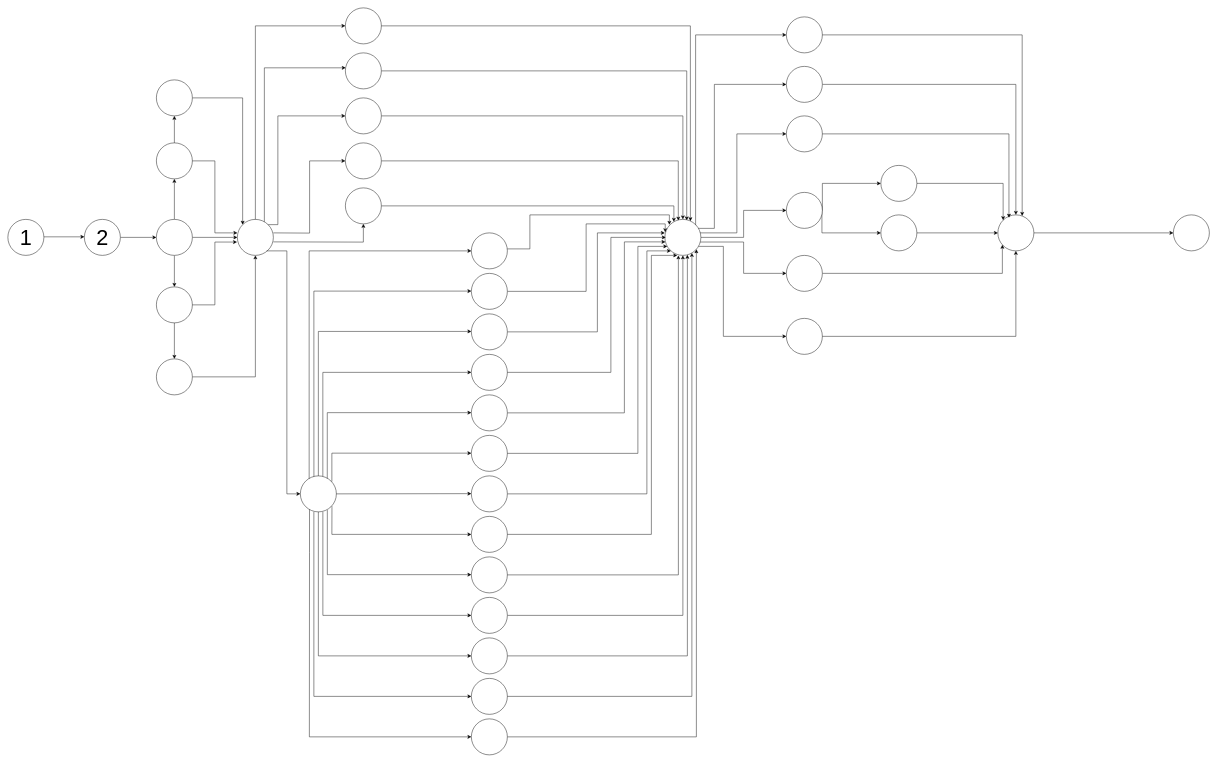
Above: Untitled Diagram.drawio in alinaeezz/alinaeezz-project-backend-g3 (draw.io), before the change. Source tidied: cells renumbered, new cells numbered last; positions are measured from the earlier drawing's top-left corner, leaving out a move shared by most shapes. Both pictures are drawn from the tidied source at 45%, with x=0, y=0 at pixel (8, 8).
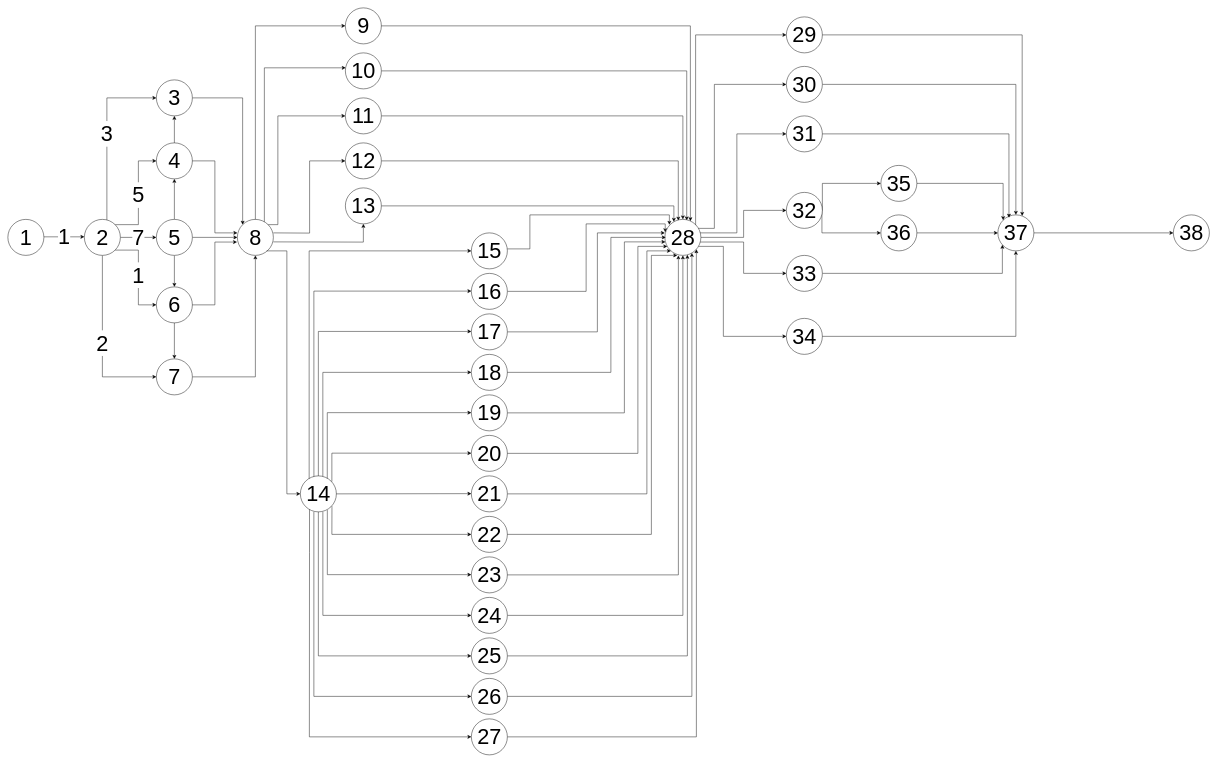
The same page after the edit.

The change refers to these unchanged cells:
```xml
<mxCell id="5" value="&lt;font style=&quot;font-size: 48px;&quot;&gt;2&lt;/font&gt;" style="ellipse;whiteSpace=wrap;html=1;" parent="1" vertex="1">
  <mxGeometry x="170" y="470" width="80" height="80" as="geometry" />
</mxCell>
```

The edit, as a diff of the source:
```diff
@@
-    <mxCell id="2" style="endArrow=classic;html=1;rounded=0;" parent="1" edge="1">
+    <mxCell id="2" value="&lt;font style=&quot;font-size: 48px;&quot;&gt;1&lt;/font&gt;" style="endArrow=classic;html=1;rounded=0;" parent="1" edge="1">
       <mxGeometry relative="1" as="geometry">
         <mxPoint x="80" y="508.8" as="sourcePoint" />
         <mxPoint x="170" y="508.8" as="targetPoint" />
       </mxGeometry>
     </mxCell>
@@
-    <mxCell id="4" style="edgeStyle=orthogonalEdgeStyle;rounded=0;jettySize=auto;html=1;" parent="1" edge="1" source="5" target="66">
+    <mxCell id="4" value="&lt;font style=&quot;font-size: 48px;&quot;&gt;7&lt;/font&gt;" style="edgeStyle=orthogonalEdgeStyle;rounded=0;jettySize=auto;html=1;" parent="1" edge="1" source="5" target="66">
       <mxGeometry relative="1" as="geometry" />
     </mxCell>
+    <mxCell id="104" value="&lt;font style=&quot;font-size: 48px;&quot;&gt;3&lt;/font&gt;" style="edgeStyle=orthogonalEdgeStyle;rounded=0;jettySize=auto;html=1;entryX=0;entryY=0.5;entryDx=0;entryDy=0;" parent="1" edge="1" source="5" target="70">
+      <mxGeometry relative="1" as="geometry">
+        <Array as="points">
+          <mxPoint x="220" y="200" />
+        </Array>
+      </mxGeometry>
+    </mxCell>
+    <mxCell id="105" value="&lt;font style=&quot;font-size: 48px;&quot;&gt;5&lt;/font&gt;" style="edgeStyle=orthogonalEdgeStyle;rounded=0;jettySize=auto;html=1;exitX=1;exitY=0;exitDx=0;exitDy=0;entryX=0;entryY=0.5;entryDx=0;entryDy=0;" parent="1" edge="1" source="5" target="68">
+      <mxGeometry relative="1" as="geometry" />
+    </mxCell>
+    <mxCell id="106" value="&lt;font style=&quot;font-size: 48px;&quot;&gt;1&lt;/font&gt;" style="edgeStyle=orthogonalEdgeStyle;rounded=0;jettySize=auto;html=1;exitX=1;exitY=1;exitDx=0;exitDy=0;entryX=0;entryY=0.5;entryDx=0;entryDy=0;" parent="1" edge="1" source="5" target="62">
+      <mxGeometry relative="1" as="geometry" />
+    </mxCell>
+    <mxCell id="107" value="&lt;font style=&quot;font-size: 48px;&quot;&gt;2&lt;/font&gt;" style="edgeStyle=orthogonalEdgeStyle;rounded=0;jettySize=auto;html=1;exitX=0.5;exitY=1;exitDx=0;exitDy=0;entryX=0;entryY=0.5;entryDx=0;entryDy=0;" parent="1" edge="1" source="5" target="60">
+      <mxGeometry relative="1" as="geometry" />
+    </mxCell>
@@
-    <mxCell id="6" style="ellipse;whiteSpace=wrap;html=1;" parent="1" vertex="1">
+    <mxCell id="6" value="&lt;font style=&quot;font-size: 48px;&quot;&gt;38&lt;/font&gt;" style="ellipse;whiteSpace=wrap;html=1;" parent="1" vertex="1">
       <mxGeometry x="2590" y="460" width="80" height="80" as="geometry" />
     </mxCell>
-    <mxCell id="7" style="ellipse;whiteSpace=wrap;html=1;" parent="1" vertex="1">
+    <mxCell id="7" value="&lt;font style=&quot;font-size: 48px;&quot;&gt;29&lt;/font&gt;" style="ellipse;whiteSpace=wrap;html=1;" parent="1" vertex="1">
       <mxGeometry x="1730" y="20" width="80" height="80" as="geometry" />
     </mxCell>
@@
-    <mxCell id="9" style="ellipse;whiteSpace=wrap;html=1;" parent="1" vertex="1">
+    <mxCell id="9" value="&lt;font style=&quot;font-size: 48px;&quot;&gt;37&lt;/font&gt;" style="ellipse;whiteSpace=wrap;html=1;" parent="1" vertex="1">
       <mxGeometry x="2200" y="460" width="80" height="80" as="geometry" />
     </mxCell>
@@
-    <mxCell id="11" style="ellipse;whiteSpace=wrap;html=1;" parent="1" vertex="1">
+    <mxCell id="11" value="&lt;font style=&quot;font-size: 48px;&quot;&gt;36&lt;/font&gt;" style="ellipse;whiteSpace=wrap;html=1;" parent="1" vertex="1">
       <mxGeometry x="1940" y="460" width="80" height="80" as="geometry" />
     </mxCell>
@@
-    <mxCell id="13" style="ellipse;whiteSpace=wrap;html=1;" parent="1" vertex="1">
+    <mxCell id="13" value="&lt;font style=&quot;font-size: 48px;&quot;&gt;35&lt;/font&gt;" style="ellipse;whiteSpace=wrap;html=1;" parent="1" vertex="1">
       <mxGeometry x="1940" y="350" width="80" height="80" as="geometry" />
     </mxCell>
-    <mxCell id="14" style="ellipse;whiteSpace=wrap;html=1;" parent="1" vertex="1">
+    <mxCell id="14" value="&lt;font style=&quot;font-size: 48px;&quot;&gt;34&lt;/font&gt;" style="ellipse;whiteSpace=wrap;html=1;" parent="1" vertex="1">
       <mxGeometry x="1730" y="690" width="80" height="80" as="geometry" />
     </mxCell>
@@
-    <mxCell id="16" style="ellipse;whiteSpace=wrap;html=1;" parent="1" vertex="1">
+    <mxCell id="16" value="&lt;font style=&quot;font-size: 48px;&quot;&gt;33&lt;/font&gt;" style="ellipse;whiteSpace=wrap;html=1;" parent="1" vertex="1">
       <mxGeometry x="1730" y="550" width="80" height="80" as="geometry" />
     </mxCell>
@@
-    <mxCell id="19" style="ellipse;whiteSpace=wrap;html=1;" parent="1" vertex="1">
+    <mxCell id="19" value="&lt;font style=&quot;font-size: 48px;&quot;&gt;32&lt;/font&gt;" style="ellipse;whiteSpace=wrap;html=1;" parent="1" vertex="1">
       <mxGeometry x="1730" y="410" width="80" height="80" as="geometry" />
     </mxCell>
-    <mxCell id="20" style="ellipse;whiteSpace=wrap;html=1;" parent="1" vertex="1">
+    <mxCell id="20" value="&lt;font style=&quot;font-size: 48px;&quot;&gt;31&lt;/font&gt;" style="ellipse;whiteSpace=wrap;html=1;" parent="1" vertex="1">
       <mxGeometry x="1730" y="240" width="80" height="80" as="geometry" />
     </mxCell>
@@
-    <mxCell id="22" style="ellipse;whiteSpace=wrap;html=1;" parent="1" vertex="1">
+    <mxCell id="22" value="&lt;font style=&quot;font-size: 48px;&quot;&gt;30&lt;/font&gt;" style="ellipse;whiteSpace=wrap;html=1;" parent="1" vertex="1">
       <mxGeometry x="1730" y="130" width="80" height="80" as="geometry" />
     </mxCell>
@@
-    <mxCell id="24" style="ellipse;whiteSpace=wrap;html=1;" parent="1" vertex="1">
+    <mxCell id="24" value="&lt;font style=&quot;font-size: 48px;&quot;&gt;25&lt;/font&gt;" style="ellipse;whiteSpace=wrap;html=1;" parent="1" vertex="1">
       <mxGeometry x="1030" y="1400" width="80" height="80" as="geometry" />
     </mxCell>
@@
-    <mxCell id="26" style="ellipse;whiteSpace=wrap;html=1;" parent="1" vertex="1">
+    <mxCell id="26" value="&lt;font style=&quot;font-size: 48px;&quot;&gt;27&lt;/font&gt;" style="ellipse;whiteSpace=wrap;html=1;" parent="1" vertex="1">
       <mxGeometry x="1030" y="1580" width="80" height="80" as="geometry" />
     </mxCell>
-    <mxCell id="27" style="ellipse;whiteSpace=wrap;html=1;" parent="1" vertex="1">
+    <mxCell id="27" value="&lt;font style=&quot;font-size: 48px;&quot;&gt;26&lt;/font&gt;" style="ellipse;whiteSpace=wrap;html=1;" parent="1" vertex="1">
       <mxGeometry x="1030" y="1490" width="80" height="80" as="geometry" />
     </mxCell>
@@
-    <mxCell id="29" style="ellipse;whiteSpace=wrap;html=1;" parent="1" vertex="1">
+    <mxCell id="29" value="&lt;font style=&quot;font-size: 48px;&quot;&gt;24&lt;/font&gt;" style="ellipse;whiteSpace=wrap;html=1;" parent="1" vertex="1">
       <mxGeometry x="1030" y="1310" width="80" height="80" as="geometry" />
     </mxCell>
-    <mxCell id="30" style="ellipse;whiteSpace=wrap;html=1;" parent="1" vertex="1">
+    <mxCell id="30" value="&lt;font style=&quot;font-size: 48px;&quot;&gt;23&lt;/font&gt;" style="ellipse;whiteSpace=wrap;html=1;" parent="1" vertex="1">
       <mxGeometry x="1030" y="1220" width="80" height="80" as="geometry" />
     </mxCell>
-    <mxCell id="31" style="ellipse;whiteSpace=wrap;html=1;" parent="1" vertex="1">
+    <mxCell id="31" value="&lt;font style=&quot;font-size: 48px;&quot;&gt;22&lt;/font&gt;" style="ellipse;whiteSpace=wrap;html=1;" parent="1" vertex="1">
       <mxGeometry x="1030" y="1130" width="80" height="80" as="geometry" />
     </mxCell>
@@
-    <mxCell id="33" style="ellipse;whiteSpace=wrap;html=1;" parent="1" vertex="1">
+    <mxCell id="33" value="&lt;font style=&quot;font-size: 48px;&quot;&gt;21&lt;/font&gt;" style="ellipse;whiteSpace=wrap;html=1;" parent="1" vertex="1">
       <mxGeometry x="1030" y="1040" width="80" height="80" as="geometry" />
     </mxCell>
-    <mxCell id="34" style="ellipse;whiteSpace=wrap;html=1;" parent="1" vertex="1">
+    <mxCell id="34" value="&lt;font style=&quot;font-size: 48px;&quot;&gt;20&lt;/font&gt;" style="ellipse;whiteSpace=wrap;html=1;" parent="1" vertex="1">
       <mxGeometry x="1030" y="950" width="80" height="80" as="geometry" />
     </mxCell>
@@
-    <mxCell id="36" style="ellipse;whiteSpace=wrap;html=1;" parent="1" vertex="1">
+    <mxCell id="36" value="&lt;font style=&quot;font-size: 48px;&quot;&gt;19&lt;/font&gt;" style="ellipse;whiteSpace=wrap;html=1;" parent="1" vertex="1">
       <mxGeometry x="1030" y="860" width="80" height="80" as="geometry" />
     </mxCell>
-    <mxCell id="37" style="ellipse;whiteSpace=wrap;html=1;" parent="1" vertex="1">
+    <mxCell id="37" value="&lt;font style=&quot;font-size: 48px;&quot;&gt;18&lt;/font&gt;" style="ellipse;whiteSpace=wrap;html=1;" parent="1" vertex="1">
       <mxGeometry x="1030" y="770" width="80" height="80" as="geometry" />
     </mxCell>
@@
-    <mxCell id="39" style="ellipse;whiteSpace=wrap;html=1;" parent="1" vertex="1">
+    <mxCell id="39" value="&lt;font style=&quot;font-size: 48px;&quot;&gt;17&lt;/font&gt;" style="ellipse;whiteSpace=wrap;html=1;" parent="1" vertex="1">
       <mxGeometry x="1030" y="680" width="80" height="80" as="geometry" />
     </mxCell>
@@
-    <mxCell id="41" style="ellipse;whiteSpace=wrap;html=1;" parent="1" vertex="1">
+    <mxCell id="41" value="&lt;font style=&quot;font-size: 48px;&quot;&gt;16&lt;/font&gt;" style="ellipse;whiteSpace=wrap;html=1;" parent="1" vertex="1">
       <mxGeometry x="1030" y="590" width="80" height="80" as="geometry" />
     </mxCell>
-    <mxCell id="42" style="ellipse;whiteSpace=wrap;html=1;" parent="1" vertex="1">
+    <mxCell id="42" value="&lt;font style=&quot;font-size: 48px;&quot;&gt;15&lt;/font&gt;" style="ellipse;whiteSpace=wrap;html=1;" parent="1" vertex="1">
       <mxGeometry x="1030" y="500" width="80" height="80" as="geometry" />
     </mxCell>
-    <mxCell id="43" style="ellipse;whiteSpace=wrap;html=1;" parent="1" vertex="1">
+    <mxCell id="43" value="&lt;font style=&quot;font-size: 48px;&quot;&gt;8&lt;/font&gt;" style="ellipse;whiteSpace=wrap;html=1;" parent="1" vertex="1">
       <mxGeometry x="510" y="470" width="80" height="80" as="geometry" />
     </mxCell>
-    <mxCell id="44" style="ellipse;whiteSpace=wrap;html=1;" parent="1" vertex="1">
+    <mxCell id="44" value="&lt;font style=&quot;font-size: 48px;&quot;&gt;14&lt;/font&gt;" style="ellipse;whiteSpace=wrap;html=1;" parent="1" vertex="1">
       <mxGeometry x="650" y="1040" width="80" height="80" as="geometry" />
     </mxCell>
@@
-    <mxCell id="46" style="ellipse;whiteSpace=wrap;html=1;" parent="1" vertex="1">
+    <mxCell id="46" value="&lt;font style=&quot;font-size: 48px;&quot;&gt;13&lt;/font&gt;" style="ellipse;whiteSpace=wrap;html=1;" parent="1" vertex="1">
       <mxGeometry x="750" y="400" width="80" height="80" as="geometry" />
     </mxCell>
@@
-    <mxCell id="48" style="ellipse;whiteSpace=wrap;html=1;" parent="1" vertex="1">
+    <mxCell id="48" value="&lt;font style=&quot;font-size: 48px;&quot;&gt;12&lt;/font&gt;" style="ellipse;whiteSpace=wrap;html=1;" parent="1" vertex="1">
       <mxGeometry x="750" y="300" width="80" height="80" as="geometry" />
     </mxCell>
@@
-    <mxCell id="50" style="ellipse;whiteSpace=wrap;html=1;" parent="1" vertex="1">
+    <mxCell id="50" value="&lt;font style=&quot;font-size: 48px;&quot;&gt;11&lt;/font&gt;" style="ellipse;whiteSpace=wrap;html=1;" parent="1" vertex="1">
       <mxGeometry x="750" y="200" width="80" height="80" as="geometry" />
     </mxCell>
@@
-    <mxCell id="52" style="ellipse;whiteSpace=wrap;html=1;" parent="1" vertex="1">
+    <mxCell id="52" value="&lt;font style=&quot;font-size: 48px;&quot;&gt;10&lt;/font&gt;" style="ellipse;whiteSpace=wrap;html=1;" parent="1" vertex="1">
       <mxGeometry x="750" y="100" width="80" height="80" as="geometry" />
     </mxCell>
-    <mxCell id="53" style="ellipse;whiteSpace=wrap;html=1;" parent="1" vertex="1">
+    <mxCell id="53" value="&lt;font style=&quot;font-size: 48px;&quot;&gt;9&lt;/font&gt;" style="ellipse;whiteSpace=wrap;html=1;" parent="1" vertex="1">
       <mxGeometry x="750" width="80" height="80" as="geometry" />
     </mxCell>
@@
-    <mxCell id="58" style="ellipse;whiteSpace=wrap;html=1;" parent="1" vertex="1">
+    <mxCell id="58" value="&lt;font style=&quot;font-size: 48px;&quot;&gt;28&lt;/font&gt;" style="ellipse;whiteSpace=wrap;html=1;" parent="1" vertex="1">
       <mxGeometry x="1460" y="470" width="80" height="80" as="geometry" />
     </mxCell>
@@
-    <mxCell id="60" style="ellipse;whiteSpace=wrap;html=1;" parent="1" vertex="1">
+    <mxCell id="60" value="&lt;font style=&quot;font-size: 48px;&quot;&gt;7&lt;/font&gt;" style="ellipse;whiteSpace=wrap;html=1;" parent="1" vertex="1">
       <mxGeometry x="330" y="780" width="80" height="80" as="geometry" />
     </mxCell>
@@
-    <mxCell id="62" style="ellipse;whiteSpace=wrap;html=1;" parent="1" vertex="1">
+    <mxCell id="62" value="&lt;font style=&quot;font-size: 48px;&quot;&gt;6&lt;/font&gt;" style="ellipse;whiteSpace=wrap;html=1;" parent="1" vertex="1">
       <mxGeometry x="330" y="620" width="80" height="80" as="geometry" />
     </mxCell>
@@
-    <mxCell id="66" style="ellipse;whiteSpace=wrap;html=1;" parent="1" vertex="1">
+    <mxCell id="66" value="&lt;font style=&quot;font-size: 48px;&quot;&gt;5&lt;/font&gt;" style="ellipse;whiteSpace=wrap;html=1;" parent="1" vertex="1">
       <mxGeometry x="330" y="470" width="80" height="80" as="geometry" />
     </mxCell>
@@
-    <mxCell id="68" style="ellipse;whiteSpace=wrap;html=1;" parent="1" vertex="1">
+    <mxCell id="68" value="&lt;font style=&quot;font-size: 48px;&quot;&gt;4&lt;/font&gt;" style="ellipse;whiteSpace=wrap;html=1;" parent="1" vertex="1">
       <mxGeometry x="330" y="300" width="80" height="80" as="geometry" />
     </mxCell>
@@
-    <mxCell id="70" style="ellipse;whiteSpace=wrap;html=1;" parent="1" vertex="1">
+    <mxCell id="70" value="&lt;font style=&quot;font-size: 48px;&quot;&gt;3&lt;/font&gt;" style="ellipse;whiteSpace=wrap;html=1;" parent="1" vertex="1">
       <mxGeometry x="330" y="160" width="80" height="80" as="geometry" />
     </mxCell>
```
